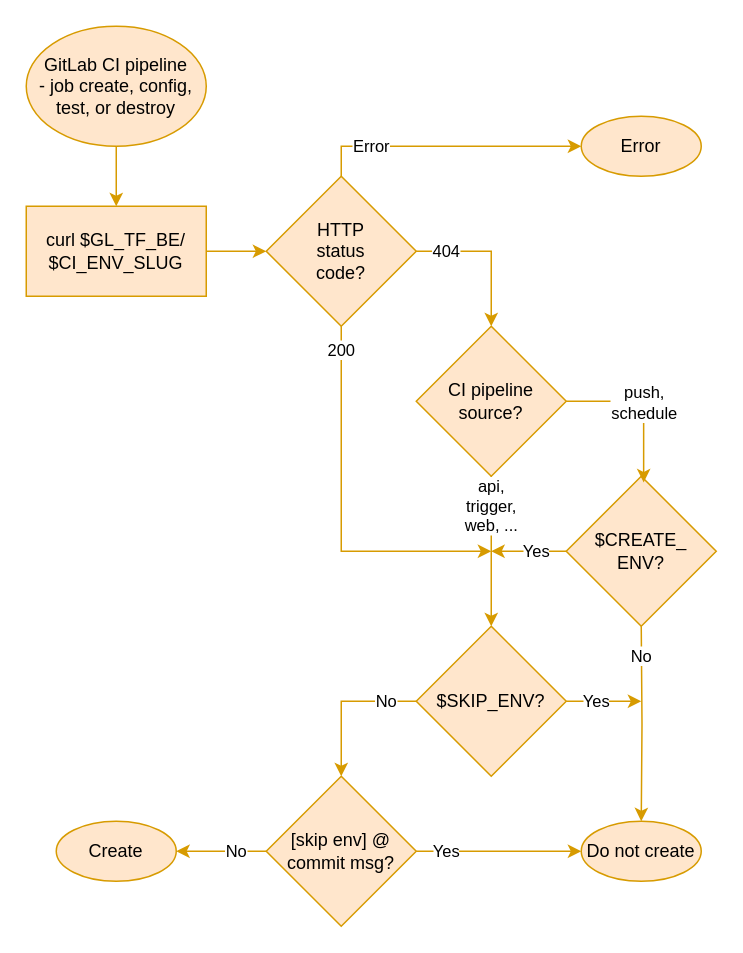
Above: page "dev-env" (4 of 4) of images/workflow.drawio in old-xebis/infrastructure-template (draw.io), before the change. Source tidied: cells renumbered, new cells numbered last; positions are measured from the earlier drawing's top-left corner, leaving out a move shared by most shapes. Both pictures are drawn from the tidied source at 150%, with x=0, y=0 at pixel (26, 26).
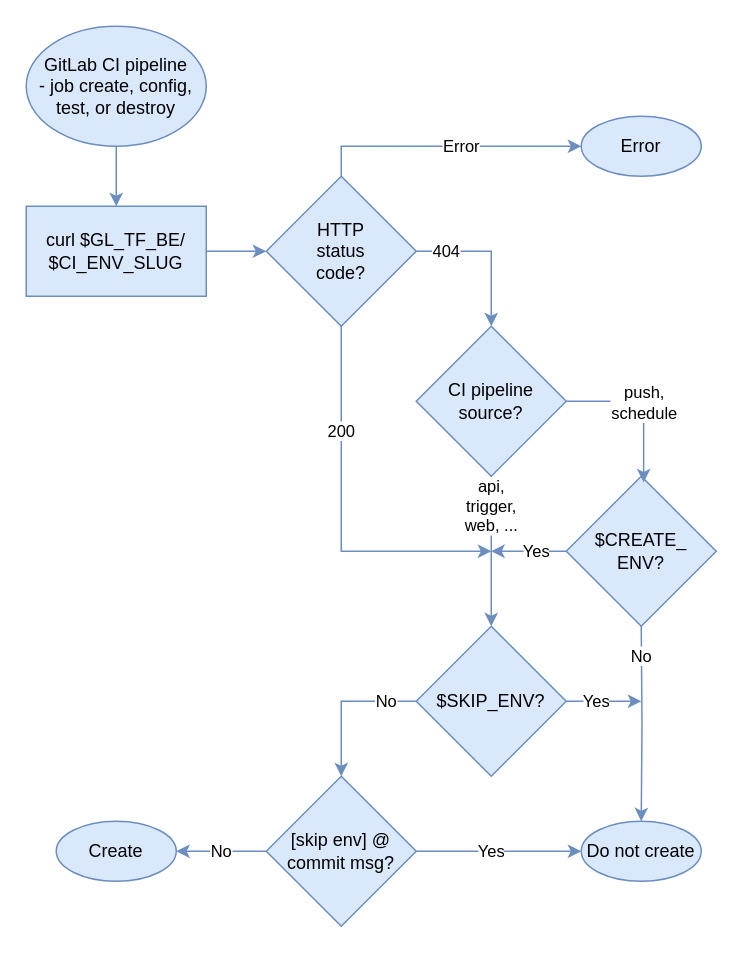
The same page after the edit.

Diff of the diagram source:
```diff
@@
-    <mxCell id="0" />
-    <mxCell id="1" parent="0" />
+    <mxCell id="25" />
+    <mxCell id="26" parent="25" />
-    <mxCell id="2" value="GitLab CI pipeline&lt;br&gt;- job create, config,&lt;br&gt;test, or destroy" style="ellipse;whiteSpace=wrap;html=1;fillColor=#ffe6cc;strokeColor=#d79b00;" parent="1" vertex="1">
+    <mxCell id="2" value="GitLab CI pipeline&lt;br&gt;- job create, config,&lt;br&gt;test, or destroy" style="ellipse;whiteSpace=wrap;html=1;fillColor=#dae8fc;strokeColor=#6c8ebf;" parent="26" vertex="1">
       <mxGeometry width="120" height="80" as="geometry" />
     </mxCell>
-    <mxCell id="3" value="curl&amp;nbsp;$GL_TF_BE/&lt;br&gt;$CI_ENV_SLUG" style="rounded=0;whiteSpace=wrap;html=1;fillColor=#ffe6cc;strokeColor=#d79b00;" parent="1" vertex="1">
+    <mxCell id="3" value="curl&amp;nbsp;$GL_TF_BE/&lt;br&gt;$CI_ENV_SLUG" style="rounded=0;whiteSpace=wrap;html=1;fillColor=#dae8fc;strokeColor=#6c8ebf;" parent="26" vertex="1">
       <mxGeometry y="120" width="120" height="60" as="geometry" />
     </mxCell>
-    <mxCell id="4" value="HTTP&lt;br&gt;status&lt;br&gt;code?" style="rhombus;whiteSpace=wrap;html=1;fillColor=#ffe6cc;strokeColor=#d79b00;" parent="1" vertex="1">
+    <mxCell id="4" value="HTTP&lt;br&gt;status&lt;br&gt;code?" style="rhombus;whiteSpace=wrap;html=1;fillColor=#dae8fc;strokeColor=#6c8ebf;" parent="26" vertex="1">
       <mxGeometry x="160" y="100" width="100" height="100" as="geometry" />
     </mxCell>
-    <mxCell id="5" value="Error" style="ellipse;whiteSpace=wrap;html=1;fillColor=#ffe6cc;strokeColor=#d79b00;" parent="1" vertex="1">
-      <mxGeometry x="370" y="60" width="80" height="40" as="geometry" />
-    </mxCell>
+    <mxCell id="27" value="Error" style="ellipse;whiteSpace=wrap;html=1;fillColor=#dae8fc;strokeColor=#6c8ebf;" parent="26" vertex="1">
+      <mxGeometry x="370" y="60" width="80" height="40" as="geometry" />
+    </mxCell>
-    <mxCell id="6" value="CI pipeline&lt;br&gt;source?" style="rhombus;whiteSpace=wrap;html=1;fillColor=#ffe6cc;strokeColor=#d79b00;" parent="1" vertex="1">
+    <mxCell id="6" value="CI pipeline&lt;br&gt;source?" style="rhombus;whiteSpace=wrap;html=1;fillColor=#dae8fc;strokeColor=#6c8ebf;" parent="26" vertex="1">
       <mxGeometry x="260" y="200" width="100" height="100" as="geometry" />
     </mxCell>
-    <mxCell id="7" value="Do not create" style="ellipse;whiteSpace=wrap;html=1;fillColor=#ffe6cc;strokeColor=#d79b00;" parent="1" vertex="1">
+    <mxCell id="7" value="Do not create" style="ellipse;whiteSpace=wrap;html=1;fillColor=#dae8fc;strokeColor=#6c8ebf;" parent="26" vertex="1">
       <mxGeometry x="370" y="530" width="80" height="40" as="geometry" />
     </mxCell>
-    <mxCell id="8" value="Create" style="ellipse;whiteSpace=wrap;html=1;fillColor=#ffe6cc;strokeColor=#d79b00;" parent="1" vertex="1">
+    <mxCell id="8" value="Create" style="ellipse;whiteSpace=wrap;html=1;fillColor=#dae8fc;strokeColor=#6c8ebf;" parent="26" vertex="1">
       <mxGeometry x="20" y="530" width="80" height="40" as="geometry" />
     </mxCell>
-    <mxCell id="9" value="$SKIP_ENV?" style="rhombus;whiteSpace=wrap;html=1;fillColor=#ffe6cc;strokeColor=#d79b00;" parent="1" vertex="1">
+    <mxCell id="9" value="$SKIP_ENV?" style="rhombus;whiteSpace=wrap;html=1;fillColor=#dae8fc;strokeColor=#6c8ebf;" parent="26" vertex="1">
       <mxGeometry x="260" y="400" width="100" height="100" as="geometry" />
     </mxCell>
-    <mxCell id="10" value="$CREATE_&lt;br&gt;ENV?" style="rhombus;whiteSpace=wrap;html=1;fillColor=#ffe6cc;strokeColor=#d79b00;" parent="1" vertex="1">
+    <mxCell id="10" value="$CREATE_&lt;br&gt;ENV?" style="rhombus;whiteSpace=wrap;html=1;fillColor=#dae8fc;strokeColor=#6c8ebf;" parent="26" vertex="1">
       <mxGeometry x="360" y="300" width="100" height="100" as="geometry" />
     </mxCell>
-    <mxCell id="11" value="[skip env] @&lt;br&gt;commit msg?" style="rhombus;whiteSpace=wrap;html=1;fillColor=#ffe6cc;strokeColor=#d79b00;" parent="1" vertex="1">
+    <mxCell id="11" value="[skip env] @&lt;br&gt;commit msg?" style="rhombus;whiteSpace=wrap;html=1;fillColor=#dae8fc;strokeColor=#6c8ebf;" parent="26" vertex="1">
       <mxGeometry x="160" y="500" width="100" height="100" as="geometry" />
     </mxCell>
-    <mxCell id="12" style="endArrow=classic;html=1;rounded=0;exitX=0.5;exitY=1;exitDx=0;exitDy=0;entryX=0.5;entryY=0;entryDx=0;entryDy=0;fillColor=#ffe6cc;strokeColor=#d79b00;" parent="1" edge="1" source="2" target="3">
+    <mxCell id="12" style="endArrow=classic;html=1;rounded=0;exitX=0.5;exitY=1;exitDx=0;exitDy=0;entryX=0.5;entryY=0;entryDx=0;entryDy=0;fillColor=#dae8fc;strokeColor=#6c8ebf;" parent="26" edge="1" source="2" target="3">
       <mxGeometry relative="1" as="geometry" />
     </mxCell>
-    <mxCell id="13" style="endArrow=classic;html=1;rounded=0;exitX=1;exitY=0.5;exitDx=0;exitDy=0;entryX=0;entryY=0.5;entryDx=0;entryDy=0;fillColor=#ffe6cc;strokeColor=#d79b00;" parent="1" edge="1" source="3" target="4">
+    <mxCell id="13" style="endArrow=classic;html=1;rounded=0;exitX=1;exitY=0.5;exitDx=0;exitDy=0;entryX=0;entryY=0.5;entryDx=0;entryDy=0;fillColor=#dae8fc;strokeColor=#6c8ebf;" parent="26" edge="1" source="3" target="4">
       <mxGeometry relative="1" as="geometry" />
     </mxCell>
-    <mxCell id="14" value="Error" style="endArrow=classic;html=1;rounded=0;exitX=0.5;exitY=0;exitDx=0;exitDy=0;entryX=0;entryY=0.5;entryDx=0;entryDy=0;edgeStyle=orthogonalEdgeStyle;fillColor=#ffe6cc;strokeColor=#d79b00;" parent="1" edge="1" source="4" target="5">
-      <mxGeometry x="-0.56" relative="1" as="geometry" />
-    </mxCell>
+    <mxCell id="28" value="Error" style="endArrow=classic;html=1;rounded=0;exitX=0.5;exitY=0;exitDx=0;exitDy=0;entryX=0;entryY=0.5;entryDx=0;entryDy=0;edgeStyle=orthogonalEdgeStyle;fillColor=#dae8fc;strokeColor=#6c8ebf;" parent="26" edge="1" source="4" target="27">
+      <mxGeometry x="0.11" relative="1" as="geometry" />
+    </mxCell>
-    <mxCell id="15" value="404" style="endArrow=classic;html=1;rounded=0;entryX=0.5;entryY=0;entryDx=0;entryDy=0;exitX=1;exitY=0.5;exitDx=0;exitDy=0;edgeStyle=orthogonalEdgeStyle;fillColor=#ffe6cc;strokeColor=#d79b00;" parent="1" edge="1" source="4" target="6">
+    <mxCell id="15" value="404" style="endArrow=classic;html=1;rounded=0;entryX=0.5;entryY=0;entryDx=0;entryDy=0;exitX=1;exitY=0.5;exitDx=0;exitDy=0;edgeStyle=orthogonalEdgeStyle;fillColor=#dae8fc;strokeColor=#6c8ebf;" parent="26" edge="1" source="4" target="6">
       <mxGeometry x="-0.6" relative="1" as="geometry" />
     </mxCell>
-    <mxCell id="16" value="200" style="endArrow=classic;html=1;rounded=0;exitX=0.5;exitY=1;exitDx=0;exitDy=0;edgeStyle=orthogonalEdgeStyle;fillColor=#ffe6cc;strokeColor=#d79b00;" parent="1" edge="1" source="4">
-      <mxGeometry x="-0.87" relative="1" as="geometry">
+    <mxCell id="16" value="200" style="endArrow=classic;html=1;rounded=0;exitX=0.5;exitY=1;exitDx=0;exitDy=0;edgeStyle=orthogonalEdgeStyle;fillColor=#dae8fc;strokeColor=#6c8ebf;" parent="26" edge="1" source="4">
+      <mxGeometry x="-0.44" relative="1" as="geometry">
         <mxPoint x="310" y="350" as="targetPoint" />
         <Array as="points">
           <mxPoint x="210" y="350" />
           <mxPoint x="310" y="350" />
         </Array>
       </mxGeometry>
     </mxCell>
-    <mxCell id="17" value="push,&lt;br&gt;schedule" style="endArrow=classic;html=1;rounded=0;entryX=0.516;entryY=0.041;entryDx=0;entryDy=0;exitX=1;exitY=0.5;exitDx=0;exitDy=0;edgeStyle=orthogonalEdgeStyle;entryPerimeter=0;fillColor=#ffe6cc;strokeColor=#d79b00;" parent="1" edge="1" source="6" target="10">
+    <mxCell id="17" value="push,&lt;br&gt;schedule" style="endArrow=classic;html=1;rounded=0;entryX=0.516;entryY=0.041;entryDx=0;entryDy=0;exitX=1;exitY=0.5;exitDx=0;exitDy=0;edgeStyle=orthogonalEdgeStyle;entryPerimeter=0;fillColor=#dae8fc;strokeColor=#6c8ebf;" parent="26" edge="1" source="6" target="10">
       <mxGeometry relative="1" as="geometry" />
     </mxCell>
-    <mxCell id="18" value="No" style="endArrow=classic;html=1;rounded=0;entryX=0.5;entryY=0;entryDx=0;entryDy=0;edgeStyle=orthogonalEdgeStyle;fillColor=#ffe6cc;strokeColor=#d79b00;" parent="1" edge="1" target="7">
-      <mxGeometry x="-0.69" relative="1" as="geometry">
-        <mxPoint x="410" y="400" as="sourcePoint" />
-      </mxGeometry>
-    </mxCell>
-    <mxCell id="19" value="Yes" style="endArrow=classic;html=1;rounded=0;edgeStyle=orthogonalEdgeStyle;exitX=1;exitY=0.5;exitDx=0;exitDy=0;fillColor=#ffe6cc;strokeColor=#d79b00;" parent="1" edge="1" source="9">
-      <mxGeometry x="-0.2" relative="1" as="geometry">
-        <mxPoint x="410" y="450" as="targetPoint" />
-      </mxGeometry>
-    </mxCell>
+    <mxCell id="29" value="No" style="endArrow=classic;html=1;rounded=0;entryX=0.5;entryY=0;entryDx=0;entryDy=0;edgeStyle=orthogonalEdgeStyle;fillColor=#dae8fc;strokeColor=#6c8ebf;" parent="26" edge="1" target="7">
+      <mxGeometry x="-0.69" relative="1" as="geometry">
+        <mxPoint x="410" y="400" as="sourcePoint" />
+      </mxGeometry>
+    </mxCell>
+    <mxCell id="30" value="Yes" style="endArrow=classic;html=1;rounded=0;edgeStyle=orthogonalEdgeStyle;exitX=1;exitY=0.5;exitDx=0;exitDy=0;fillColor=#dae8fc;strokeColor=#6c8ebf;" parent="26" edge="1" source="9">
+      <mxGeometry x="-0.2" relative="1" as="geometry">
+        <mxPoint x="410" y="450" as="targetPoint" />
+      </mxGeometry>
+    </mxCell>
-    <mxCell id="20" value="Yes" style="endArrow=classic;html=1;rounded=0;edgeStyle=orthogonalEdgeStyle;exitX=1;exitY=0.5;exitDx=0;exitDy=0;fillColor=#ffe6cc;strokeColor=#d79b00;entryX=0;entryY=0.5;entryDx=0;entryDy=0;" parent="1" edge="1" source="11" target="7">
-      <mxGeometry x="-0.64" relative="1" as="geometry">
+    <mxCell id="20" value="Yes" style="endArrow=classic;html=1;rounded=0;edgeStyle=orthogonalEdgeStyle;exitX=1;exitY=0.5;exitDx=0;exitDy=0;fillColor=#dae8fc;strokeColor=#6c8ebf;entryX=0;entryY=0.5;entryDx=0;entryDy=0;" parent="26" edge="1" source="11" target="7">
+      <mxGeometry x="-0.09" relative="1" as="geometry">
         <Array as="points">
           <mxPoint x="360" y="550" />
           <mxPoint x="360" y="550" />
         </Array>
       </mxGeometry>
     </mxCell>
-    <mxCell id="21" value="No" style="endArrow=classic;html=1;rounded=0;edgeStyle=orthogonalEdgeStyle;exitX=0;exitY=0.5;exitDx=0;exitDy=0;fillColor=#ffe6cc;strokeColor=#d79b00;" parent="1" edge="1" source="9" target="11">
+    <mxCell id="21" value="No" style="endArrow=classic;html=1;rounded=0;edgeStyle=orthogonalEdgeStyle;exitX=0;exitY=0.5;exitDx=0;exitDy=0;fillColor=#dae8fc;strokeColor=#6c8ebf;" parent="26" edge="1" source="9" target="11">
       <mxGeometry x="-0.6" relative="1" as="geometry" />
     </mxCell>
-    <mxCell id="22" value="No" style="endArrow=classic;html=1;rounded=0;edgeStyle=orthogonalEdgeStyle;exitX=0;exitY=0.5;exitDx=0;exitDy=0;entryX=1;entryY=0.5;entryDx=0;entryDy=0;fillColor=#ffe6cc;strokeColor=#d79b00;" parent="1" edge="1" source="11" target="8">
-      <mxGeometry x="-0.33" relative="1" as="geometry" />
+    <mxCell id="22" value="No" style="endArrow=classic;html=1;rounded=0;edgeStyle=orthogonalEdgeStyle;exitX=0;exitY=0.5;exitDx=0;exitDy=0;entryX=1;entryY=0.5;entryDx=0;entryDy=0;fillColor=#dae8fc;strokeColor=#6c8ebf;" parent="26" edge="1" source="11" target="8">
+      <mxGeometry relative="1" as="geometry" />
     </mxCell>
-    <mxCell id="23" value="Yes" style="endArrow=classic;html=1;rounded=0;edgeStyle=orthogonalEdgeStyle;exitX=0;exitY=0.5;exitDx=0;exitDy=0;fillColor=#ffe6cc;strokeColor=#d79b00;" parent="1" edge="1" source="10">
-      <mxGeometry x="-0.2" relative="1" as="geometry">
-        <mxPoint x="310" y="350" as="targetPoint" />
-      </mxGeometry>
-    </mxCell>
+    <mxCell id="31" value="Yes" style="endArrow=classic;html=1;rounded=0;edgeStyle=orthogonalEdgeStyle;exitX=0;exitY=0.5;exitDx=0;exitDy=0;fillColor=#dae8fc;strokeColor=#6c8ebf;" parent="26" edge="1" source="10">
+      <mxGeometry x="-0.2" relative="1" as="geometry">
+        <mxPoint x="310" y="350" as="targetPoint" />
+      </mxGeometry>
+    </mxCell>
-    <mxCell id="24" value="api,&lt;br&gt;trigger,&lt;br&gt;web, ..." style="endArrow=classic;html=1;rounded=0;entryX=0.5;entryY=0;entryDx=0;entryDy=0;exitX=0.5;exitY=1;exitDx=0;exitDy=0;edgeStyle=orthogonalEdgeStyle;fillColor=#ffe6cc;strokeColor=#d79b00;" parent="1" edge="1" source="6" target="9">
+    <mxCell id="24" value="api,&lt;br&gt;trigger,&lt;br&gt;web, ..." style="endArrow=classic;html=1;rounded=0;entryX=0.5;entryY=0;entryDx=0;entryDy=0;exitX=0.5;exitY=1;exitDx=0;exitDy=0;edgeStyle=orthogonalEdgeStyle;fillColor=#dae8fc;strokeColor=#6c8ebf;" parent="26" edge="1" source="6" target="9">
       <mxGeometry x="-0.6" relative="1" as="geometry" />
     </mxCell>
```
